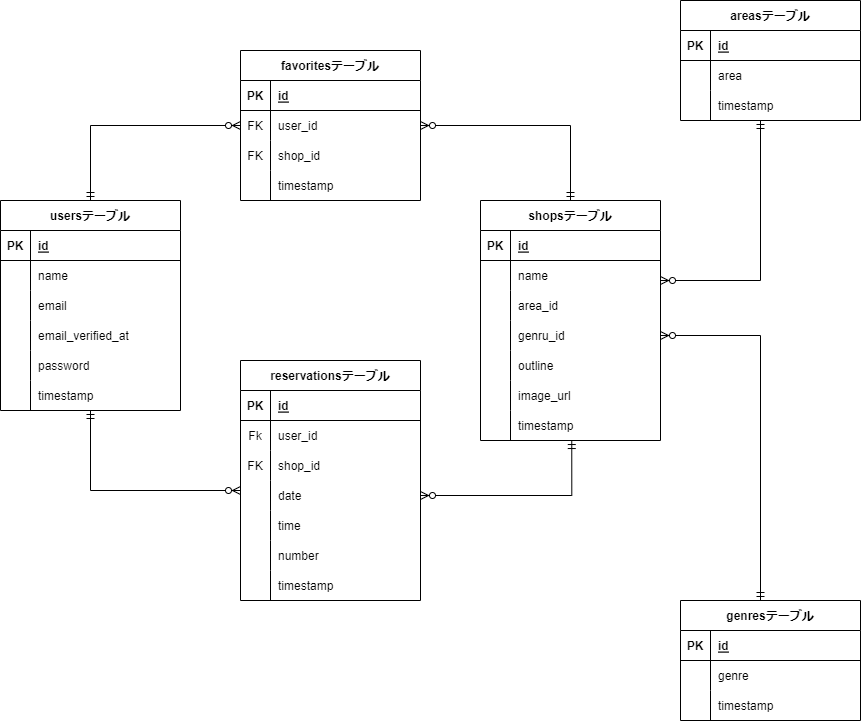
Above: img/table.drawio.png in bokazuya25/ReservationSystem_restaurant (draw.io), before the change. Source tidied: cells renumbered, new cells last; positions are measured from the earlier drawing's top-left corner, leaving out a move shared by most shapes.
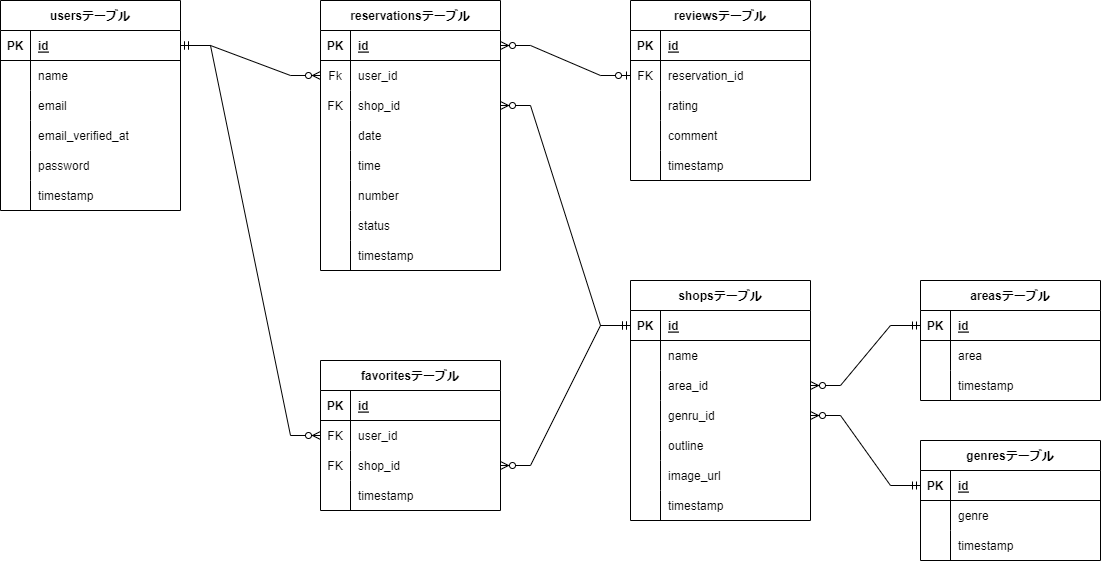
After the change.

Diff of the diagram source:
```diff
@@ -3,7 +3,7 @@
     <mxCell id="0" />
     <mxCell id="1" parent="0" />
     <mxCell id="2" value="usersテーブル" style="shape=table;startSize=30;rowLines=0;fontStyle=1;align=center;" parent="1" vertex="1">
-      <mxGeometry y="200" width="180" height="210" as="geometry" />
+      <mxGeometry x="-40" width="180" height="210" as="geometry" />
     </mxCell>
     <mxCell id="3" style="shape=tableRow;horizontal=0;startSize=0;swimlaneHead=0;swimlaneBody=0;fillColor=none;points=[[0,0.5],[1,0.5]];portConstraint=eastwest;top=0;left=0;right=0;bottom=1;" parent="2" vertex="1">
       <mxGeometry y="30" width="180" height="30" as="geometry" />
@@ -60,7 +60,7 @@
       <mxGeometry x="30" width="150" height="30" as="geometry" />
     </mxCell>
     <mxCell id="21" value="shopsテーブル" style="shape=table;startSize=30;rowLines=0;fontStyle=1;align=center;" parent="1" vertex="1">
-      <mxGeometry x="480" y="200" width="180" height="240" as="geometry" />
+      <mxGeometry x="590" y="280" width="180" height="240" as="geometry" />
     </mxCell>
     <mxCell id="22" style="shape=tableRow;horizontal=0;startSize=0;swimlaneHead=0;swimlaneBody=0;fillColor=none;points=[[0,0.5],[1,0.5]];portConstraint=eastwest;top=0;left=0;right=0;bottom=1;" parent="21" vertex="1">
       <mxGeometry y="30" width="180" height="30" as="geometry" />
@@ -126,7 +126,7 @@
       <mxGeometry x="30" width="150" height="30" as="geometry" />
     </mxCell>
     <mxCell id="43" value="reservationsテーブル" style="shape=table;startSize=30;rowLines=0;fontStyle=1;align=center;" parent="1" vertex="1">
-      <mxGeometry x="240" y="360" width="180" height="240" as="geometry" />
+      <mxGeometry x="280" width="180" height="270" as="geometry" />
     </mxCell>
     <mxCell id="44" style="shape=tableRow;horizontal=0;startSize=0;swimlaneHead=0;swimlaneBody=0;fillColor=none;points=[[0,0.5],[1,0.5]];portConstraint=eastwest;top=0;left=0;right=0;bottom=1;" parent="43" vertex="1">
       <mxGeometry y="30" width="180" height="30" as="geometry" />
@@ -182,8 +182,17 @@
     <mxCell id="61" value="number" style="shape=partialRectangle;fillColor=none;top=0;left=0;bottom=0;right=0;align=left;spacingLeft=6;overflow=hidden;" parent="59" vertex="1">
       <mxGeometry x="30" width="150" height="30" as="geometry" />
     </mxCell>
+    <mxCell id="104" style="shape=tableRow;horizontal=0;startSize=0;swimlaneHead=0;swimlaneBody=0;fillColor=none;top=0;left=0;right=0;bottom=0;" parent="43" vertex="1">
+      <mxGeometry y="210" width="180" height="30" as="geometry" />
+    </mxCell>
+    <mxCell id="105" style="shape=partialRectangle;fillColor=none;top=0;left=0;bottom=0;right=0;overflow=hidden;" parent="104" vertex="1">
+      <mxGeometry width="30" height="30" as="geometry" />
+    </mxCell>
+    <mxCell id="106" value="status" style="shape=partialRectangle;fillColor=none;top=0;left=0;bottom=0;right=0;align=left;spacingLeft=6;overflow=hidden;" parent="104" vertex="1">
+      <mxGeometry x="30" width="150" height="30" as="geometry" />
+    </mxCell>
     <mxCell id="62" style="shape=tableRow;horizontal=0;startSize=0;swimlaneHead=0;swimlaneBody=0;fillColor=none;top=0;left=0;right=0;bottom=0;" parent="43" vertex="1">
-      <mxGeometry y="210" width="180" height="30" as="geometry" />
+      <mxGeometry y="240" width="180" height="30" as="geometry" />
     </mxCell>
     <mxCell id="63" style="shape=partialRectangle;fillColor=none;top=0;left=0;bottom=0;right=0;overflow=hidden;" parent="62" vertex="1">
       <mxGeometry width="30" height="30" as="geometry" />
@@ -192,7 +201,7 @@
       <mxGeometry x="30" width="150" height="30" as="geometry" />
     </mxCell>
     <mxCell id="65" value="favoritesテーブル" style="shape=table;startSize=30;rowLines=0;fontStyle=1;align=center;" parent="1" vertex="1">
-      <mxGeometry x="240" y="50" width="180" height="150" as="geometry" />
+      <mxGeometry x="280" y="360" width="180" height="150" as="geometry" />
     </mxCell>
     <mxCell id="66" style="shape=tableRow;horizontal=0;startSize=0;swimlaneHead=0;swimlaneBody=0;fillColor=none;top=0;left=0;right=0;bottom=1;" parent="65" vertex="1">
       <mxGeometry y="30" width="180" height="30" as="geometry" />
@@ -230,25 +239,20 @@
     <mxCell id="77" value="timestamp" style="shape=partialRectangle;fillColor=none;top=0;left=0;bottom=0;right=0;align=left;spacingLeft=6;overflow=hidden;" parent="75" vertex="1">
       <mxGeometry x="30" width="150" height="30" as="geometry" />
     </mxCell>
-    <mxCell id="78" style="fontSize=12;html=1;endArrow=ERzeroToMany;startArrow=ERmandOne;rounded=0;entryX=0;entryY=0.5;entryDx=0;entryDy=0;edgeStyle=orthogonalEdgeStyle;" parent="1" edge="1" source="2" target="69">
+    <mxCell id="78" style="fontSize=12;html=1;endArrow=ERzeroToMany;startArrow=ERmandOne;rounded=0;edgeStyle=entityRelationEdgeStyle;" parent="1" edge="1" source="3" target="69">
       <mxGeometry relative="1" as="geometry" />
     </mxCell>
-    <mxCell id="79" style="fontSize=12;html=1;endArrow=ERzeroToMany;startArrow=ERmandOne;rounded=0;entryX=1;entryY=0.5;entryDx=0;entryDy=0;edgeStyle=orthogonalEdgeStyle;" parent="1" edge="1" source="21" target="69">
+    <mxCell id="79" style="fontSize=12;html=1;endArrow=ERzeroToMany;startArrow=ERmandOne;rounded=0;edgeStyle=entityRelationEdgeStyle;" parent="1" edge="1" source="22" target="72">
       <mxGeometry relative="1" as="geometry" />
     </mxCell>
-    <mxCell id="80" style="edgeStyle=orthogonalEdgeStyle;fontSize=12;html=1;endArrow=ERzeroToMany;startArrow=ERmandOne;rounded=0;" parent="1" edge="1" target="53">
-      <mxGeometry relative="1" as="geometry">
-        <mxPoint x="90" y="410" as="sourcePoint" />
-        <Array as="points">
-          <mxPoint x="90" y="490" />
-        </Array>
-      </mxGeometry>
+    <mxCell id="80" style="fontSize=12;html=1;endArrow=ERzeroToMany;startArrow=ERmandOne;rounded=0;edgeStyle=entityRelationEdgeStyle;" parent="1" edge="1" source="3" target="47">
+      <mxGeometry relative="1" as="geometry" />
     </mxCell>
-    <mxCell id="81" style="edgeStyle=orthogonalEdgeStyle;fontSize=12;html=1;endArrow=ERzeroToMany;startArrow=ERmandOne;rounded=0;exitX=0.507;exitY=1.001;exitDx=0;exitDy=0;exitPerimeter=0;" parent="1" edge="1" source="40" target="53">
+    <mxCell id="81" style="fontSize=12;html=1;endArrow=ERzeroToMany;startArrow=ERmandOne;rounded=0;edgeStyle=entityRelationEdgeStyle;" parent="1" edge="1" source="22" target="50">
       <mxGeometry relative="1" as="geometry" />
     </mxCell>
     <mxCell id="82" value="areasテーブル" style="shape=table;startSize=30;rowLines=0;fontStyle=1;align=center;" parent="1" vertex="1">
-      <mxGeometry x="680" width="180" height="120" as="geometry" />
+      <mxGeometry x="880" y="280" width="180" height="120" as="geometry" />
     </mxCell>
     <mxCell id="83" style="shape=tableRow;horizontal=0;startSize=0;swimlaneHead=0;swimlaneBody=0;fillColor=none;points=[[0,0.5],[1,0.5]];portConstraint=eastwest;top=0;left=0;right=0;bottom=1;" parent="82" vertex="1">
       <mxGeometry y="30" width="180" height="30" as="geometry" />
@@ -277,16 +281,11 @@
     <mxCell id="91" value="timestamp" style="shape=partialRectangle;fillColor=none;top=0;left=0;bottom=0;right=0;align=left;spacingLeft=6;overflow=hidden;" parent="89" vertex="1">
       <mxGeometry x="30" width="150" height="30" as="geometry" />
     </mxCell>
-    <mxCell id="92" style="fontSize=12;html=1;endArrow=ERzeroToMany;startArrow=ERmandOne;rounded=0;edgeStyle=orthogonalEdgeStyle;" parent="1" edge="1" source="89">
-      <mxGeometry relative="1" as="geometry">
-        <mxPoint x="660" y="280" as="targetPoint" />
-        <Array as="points">
-          <mxPoint x="760" y="280" />
-        </Array>
-      </mxGeometry>
+    <mxCell id="92" style="fontSize=12;html=1;endArrow=ERzeroToMany;startArrow=ERmandOne;rounded=0;edgeStyle=entityRelationEdgeStyle;" parent="1" edge="1" source="83" target="28">
+      <mxGeometry relative="1" as="geometry" />
     </mxCell>
     <mxCell id="93" value="genresテーブル" style="shape=table;startSize=30;rowLines=0;fontStyle=1;align=center;" parent="1" vertex="1">
-      <mxGeometry x="680" y="600" width="180" height="120" as="geometry" />
+      <mxGeometry x="880" y="440" width="180" height="120" as="geometry" />
     </mxCell>
     <mxCell id="94" style="shape=tableRow;horizontal=0;startSize=0;swimlaneHead=0;swimlaneBody=0;fillColor=none;points=[[0,0.5],[1,0.5]];portConstraint=eastwest;top=0;left=0;right=0;bottom=1;" parent="93" vertex="1">
       <mxGeometry y="30" width="180" height="30" as="geometry" />
@@ -315,12 +314,59 @@
     <mxCell id="102" value="timestamp" style="shape=partialRectangle;fillColor=none;top=0;left=0;bottom=0;right=0;align=left;spacingLeft=6;overflow=hidden;" parent="100" vertex="1">
       <mxGeometry x="30" width="150" height="30" as="geometry" />
     </mxCell>
-    <mxCell id="103" style="fontSize=12;html=1;endArrow=ERzeroToMany;startArrow=ERmandOne;rounded=0;edgeStyle=orthogonalEdgeStyle;" parent="1" edge="1" source="93" target="31">
-      <mxGeometry relative="1" as="geometry">
-        <Array as="points">
-          <mxPoint x="760" y="335" />
-        </Array>
-      </mxGeometry>
+    <mxCell id="103" style="fontSize=12;html=1;endArrow=ERzeroToMany;startArrow=ERmandOne;rounded=0;edgeStyle=entityRelationEdgeStyle;" parent="1" edge="1" source="94" target="31">
+      <mxGeometry relative="1" as="geometry" />
     </mxCell>
+    <mxCell id="107" value="reviewsテーブル" style="shape=table;startSize=30;rowLines=0;fontStyle=1;align=center;" parent="1" vertex="1">
+      <mxGeometry x="590" width="180" height="180" as="geometry" />
+    </mxCell>
+    <mxCell id="108" style="shape=tableRow;horizontal=0;startSize=0;swimlaneHead=0;swimlaneBody=0;fillColor=none;top=0;left=0;right=0;bottom=1;" parent="107" vertex="1">
+      <mxGeometry y="30" width="180" height="30" as="geometry" />
+    </mxCell>
+    <mxCell id="109" value="PK" style="shape=partialRectangle;fillColor=none;top=0;left=0;bottom=0;right=0;fontStyle=1;overflow=hidden;" parent="108" vertex="1">
+      <mxGeometry width="30" height="30" as="geometry" />
+    </mxCell>
+    <mxCell id="110" value="id" style="shape=partialRectangle;fillColor=none;top=0;left=0;bottom=0;right=0;align=left;spacingLeft=6;fontStyle=5;overflow=hidden;" parent="108" vertex="1">
+      <mxGeometry x="30" width="150" height="30" as="geometry" />
+    </mxCell>
+    <mxCell id="111" style="shape=tableRow;horizontal=0;startSize=0;swimlaneHead=0;swimlaneBody=0;fillColor=none;points=[[0,0.5],[1,0.5]];portConstraint=eastwest;top=0;left=0;right=0;bottom=0;" parent="107" vertex="1">
+      <mxGeometry y="60" width="180" height="30" as="geometry" />
+    </mxCell>
+    <mxCell id="112" value="FK" style="shape=partialRectangle;fillColor=none;top=0;left=0;bottom=0;right=0;overflow=hidden;" parent="111" vertex="1">
+      <mxGeometry width="30" height="30" as="geometry" />
+    </mxCell>
+    <mxCell id="113" value="reservation_id" style="shape=partialRectangle;fillColor=none;top=0;left=0;bottom=0;right=0;align=left;spacingLeft=6;overflow=hidden;" parent="111" vertex="1">
+      <mxGeometry x="30" width="150" height="30" as="geometry" />
+    </mxCell>
+    <mxCell id="114" style="shape=tableRow;horizontal=0;startSize=0;swimlaneHead=0;swimlaneBody=0;fillColor=none;top=0;left=0;right=0;bottom=0;" parent="107" vertex="1">
+      <mxGeometry y="90" width="180" height="30" as="geometry" />
+    </mxCell>
+    <mxCell id="115" style="shape=partialRectangle;fillColor=none;top=0;left=0;bottom=0;right=0;overflow=hidden;" parent="114" vertex="1">
+      <mxGeometry width="30" height="30" as="geometry" />
+    </mxCell>
+    <mxCell id="116" value="rating" style="shape=partialRectangle;fillColor=none;top=0;left=0;bottom=0;right=0;align=left;spacingLeft=6;overflow=hidden;" parent="114" vertex="1">
+      <mxGeometry x="30" width="150" height="30" as="geometry" />
+    </mxCell>
+    <mxCell id="117" style="shape=tableRow;horizontal=0;startSize=0;swimlaneHead=0;swimlaneBody=0;fillColor=none;top=0;left=0;right=0;bottom=0;" parent="107" vertex="1">
+      <mxGeometry y="120" width="180" height="30" as="geometry" />
+    </mxCell>
+    <mxCell id="118" style="shape=partialRectangle;fillColor=none;top=0;left=0;bottom=0;right=0;overflow=hidden;" parent="117" vertex="1">
+      <mxGeometry width="30" height="30" as="geometry" />
+    </mxCell>
+    <mxCell id="119" value="comment" style="shape=partialRectangle;fillColor=none;top=0;left=0;bottom=0;right=0;align=left;spacingLeft=6;overflow=hidden;" parent="117" vertex="1">
+      <mxGeometry x="30" width="150" height="30" as="geometry" />
+    </mxCell>
+    <mxCell id="120" style="shape=tableRow;horizontal=0;startSize=0;swimlaneHead=0;swimlaneBody=0;fillColor=none;top=0;left=0;right=0;bottom=0;" parent="107" vertex="1">
+      <mxGeometry y="150" width="180" height="30" as="geometry" />
+    </mxCell>
+    <mxCell id="121" style="shape=partialRectangle;fillColor=none;top=0;left=0;bottom=0;right=0;overflow=hidden;" parent="120" vertex="1">
+      <mxGeometry width="30" height="30" as="geometry" />
+    </mxCell>
+    <mxCell id="122" value="timestamp" style="shape=partialRectangle;fillColor=none;top=0;left=0;bottom=0;right=0;align=left;spacingLeft=6;overflow=hidden;" parent="120" vertex="1">
+      <mxGeometry x="30" width="150" height="30" as="geometry" />
+    </mxCell>
+    <mxCell id="123" style="fontSize=12;html=1;endArrow=ERzeroToMany;startArrow=ERzeroToOne;edgeStyle=entityRelationEdgeStyle;rounded=0;" parent="1" edge="1" source="111" target="44">
+      <mxGeometry relative="1" as="geometry" />
+    </mxCell>
   </root>
 </mxGraphModel>
```
